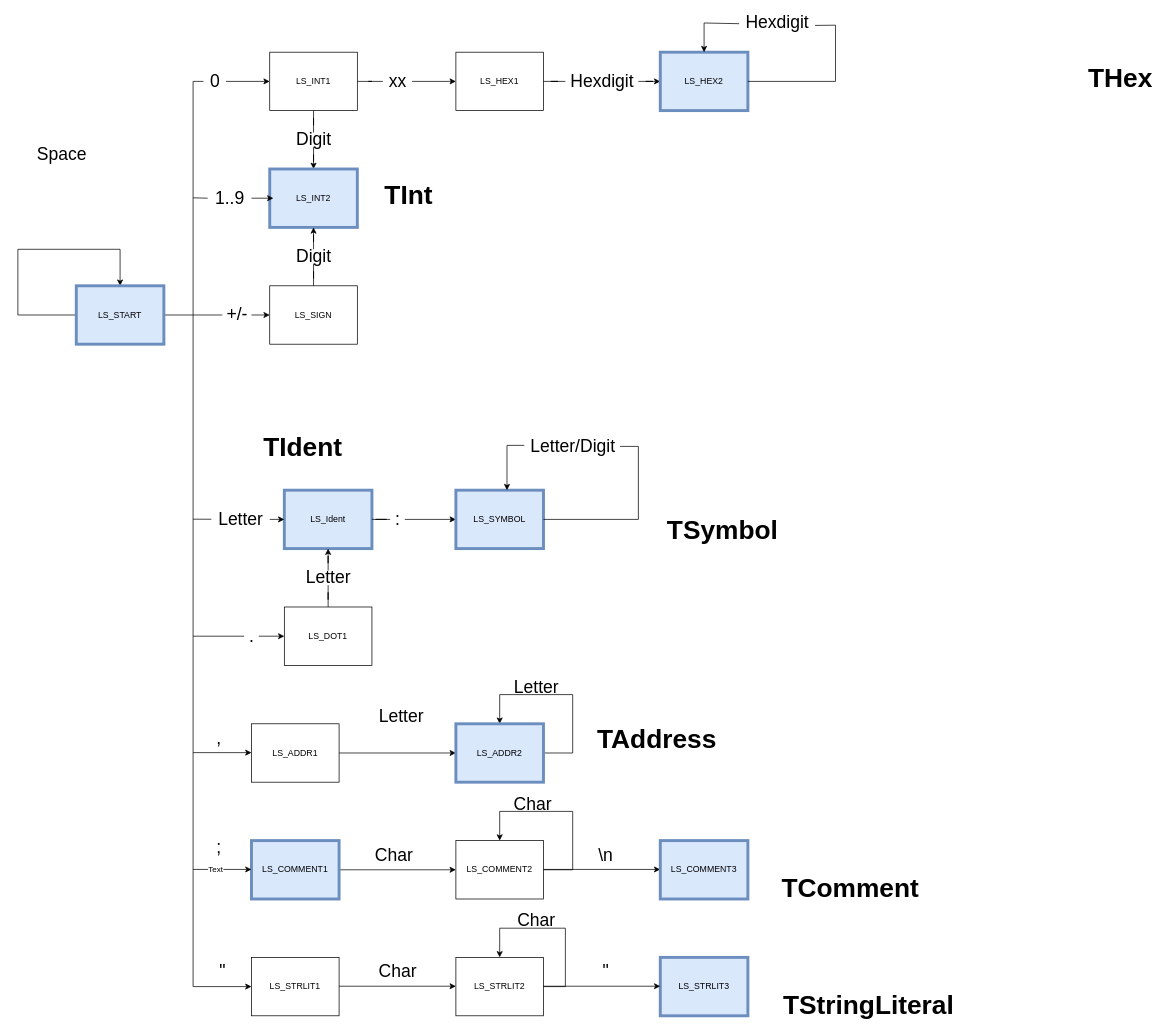
This is docs/diagrams/Tokenizer.drawio from zackthomas1/Pep9Assembler, a draw.io file, before an edit. Source tidied: cells renumbered, new cells numbered last; positions are measured from the earlier drawing's top-left corner, leaving out a move shared by most shapes. Both pictures are drawn from the tidied source at 73%, with x=0, y=0 at pixel (18, 15).
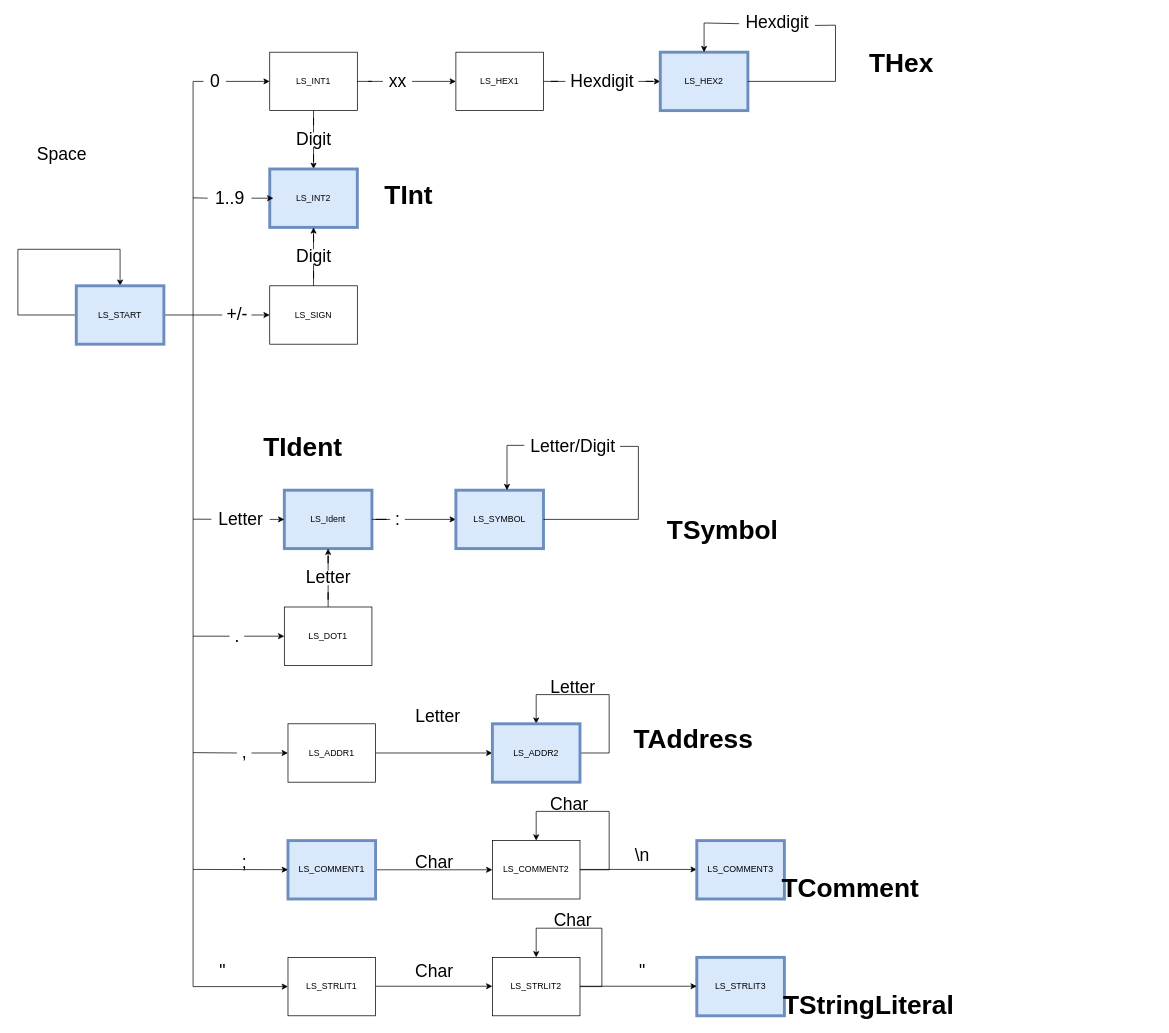
The same page after the edit.

Diff of the diagram source:
```diff
@@
     <mxCell id="14" value="LS_ADDR1" style="rounded=0;whiteSpace=wrap;html=1;" parent="1" vertex="1">
-      <mxGeometry x="320" y="970" width="120" height="80" as="geometry" />
+      <mxGeometry x="370" y="970" width="120" height="80" as="geometry" />
     </mxCell>
@@
     <mxCell id="21" style="edgeStyle=orthogonalEdgeStyle;rounded=0;jettySize=auto;html=1;exitX=1;exitY=0.5;exitDx=0;exitDy=0;" parent="1" edge="1" source="22">
       <mxGeometry relative="1" as="geometry">
-        <mxPoint x="660" y="970" as="targetPoint" />
+        <mxPoint x="710" y="970" as="targetPoint" />
         <Array as="points">
-          <mxPoint x="760" y="1010" />
-          <mxPoint x="760" y="930" />
-          <mxPoint x="660" y="930" />
+          <mxPoint x="810" y="1010" />
+          <mxPoint x="810" y="930" />
+          <mxPoint x="710" y="930" />
         </Array>
       </mxGeometry>
     </mxCell>
     <mxCell id="22" value="LS_ADDR2" style="rounded=0;whiteSpace=wrap;html=1;strokeWidth=4;fillColor=#dae8fc;strokeColor=#6c8ebf;" parent="1" vertex="1">
-      <mxGeometry x="600" y="970" width="120" height="80" as="geometry" />
+      <mxGeometry x="650" y="970" width="120" height="80" as="geometry" />
     </mxCell>
@@
     <mxCell id="24" value="&lt;font style=&quot;font-size: 24px&quot;&gt;Letter&lt;/font&gt;" style="text;html=1;align=center;verticalAlign=middle;fillColor=none;strokeColor=none;rounded=0;" parent="1" vertex="1">
-      <mxGeometry x="485" y="950" width="80" height="20" as="geometry" />
+      <mxGeometry x="535" y="950" width="80" height="20" as="geometry" />
     </mxCell>
     <mxCell id="25" value="&lt;font style=&quot;font-size: 24px&quot;&gt;Letter&lt;/font&gt;" style="text;html=1;align=center;verticalAlign=middle;fillColor=none;strokeColor=none;rounded=0;" parent="1" vertex="1">
-      <mxGeometry x="670" y="910" width="80" height="20" as="geometry" />
+      <mxGeometry x="720" y="910" width="80" height="20" as="geometry" />
     </mxCell>
-    <mxCell id="26" value="&lt;font style=&quot;font-size: 24px&quot;&gt;,&lt;/font&gt;" style="text;html=1;align=center;verticalAlign=middle;points=[];fillColor=none;strokeColor=none;rounded=0;" parent="1" vertex="1">
-      <mxGeometry x="265" y="980" width="20" height="20" as="geometry" />
-    </mxCell>
@@
     <mxCell id="29" value="LS_COMMENT1" style="rounded=0;whiteSpace=wrap;html=1;strokeWidth=4;fillColor=#dae8fc;strokeColor=#6c8ebf;" parent="1" vertex="1">
-      <mxGeometry x="320" y="1130" width="120" height="80" as="geometry" />
+      <mxGeometry x="370" y="1130" width="120" height="80" as="geometry" />
     </mxCell>
     <mxCell id="30" style="edgeStyle=orthogonalEdgeStyle;rounded=0;jettySize=auto;html=1;exitX=1;exitY=0.5;exitDx=0;exitDy=0;" parent="1" edge="1" source="31">
       <mxGeometry relative="1" as="geometry">
-        <mxPoint x="660" y="1130" as="targetPoint" />
+        <mxPoint x="710" y="1130" as="targetPoint" />
         <Array as="points">
-          <mxPoint x="760" y="1170" />
-          <mxPoint x="760" y="1090" />
-          <mxPoint x="660" y="1090" />
+          <mxPoint x="810" y="1170" />
+          <mxPoint x="810" y="1090" />
+          <mxPoint x="710" y="1090" />
         </Array>
       </mxGeometry>
     </mxCell>
     <mxCell id="31" value="LS_COMMENT2" style="rounded=0;whiteSpace=wrap;html=1;strokeWidth=1;" parent="1" vertex="1">
-      <mxGeometry x="600" y="1130" width="120" height="80" as="geometry" />
+      <mxGeometry x="650" y="1130" width="120" height="80" as="geometry" />
     </mxCell>
@@
     <mxCell id="33" value="&lt;font style=&quot;font-size: 24px&quot;&gt;;&lt;/font&gt;" style="text;html=1;align=center;verticalAlign=middle;fillColor=none;strokeColor=none;rounded=0;" parent="1" vertex="1">
-      <mxGeometry x="265" y="1130" width="20" height="20" as="geometry" />
+      <mxGeometry x="300" y="1150" width="20" height="20" as="geometry" />
     </mxCell>
     <mxCell id="34" value="&lt;span style=&quot;font-size: 24px&quot;&gt;Char&lt;/span&gt;" style="text;html=1;align=center;verticalAlign=middle;fillColor=none;strokeColor=none;rounded=0;" parent="1" vertex="1">
-      <mxGeometry x="480" y="1140" width="70" height="20" as="geometry" />
+      <mxGeometry x="535" y="1150" width="70" height="20" as="geometry" />
     </mxCell>
     <mxCell id="35" value="&lt;span style=&quot;font-size: 24px&quot;&gt;Char&lt;/span&gt;" style="text;html=1;align=center;verticalAlign=middle;fillColor=none;strokeColor=none;rounded=0;" parent="1" vertex="1">
-      <mxGeometry x="670" y="1070" width="70" height="20" as="geometry" />
+      <mxGeometry x="720" y="1070" width="70" height="20" as="geometry" />
     </mxCell>
     <mxCell id="36" value="LS_STRLIT1" style="rounded=0;whiteSpace=wrap;html=1;" parent="1" vertex="1">
-      <mxGeometry x="320" y="1290" width="120" height="80" as="geometry" />
+      <mxGeometry x="370" y="1290" width="120" height="80" as="geometry" />
     </mxCell>
@@
-    <mxCell id="38" style="endArrow=classic;html=1;entryX=0;entryY=0.5;entryDx=0;entryDy=0;" parent="1" edge="1">
-      <mxGeometry relative="1" as="geometry">
-        <mxPoint x="240" y="1009.5" as="sourcePoint" />
-        <mxPoint x="320" y="1009.5" as="targetPoint" />
-      </mxGeometry>
+    <mxCell id="38" style="endArrow=classic;html=1;entryX=0;entryY=0.5;entryDx=0;entryDy=0;startArrow=none;" parent="1" edge="1" source="26" target="14">
+      <mxGeometry relative="1" as="geometry" />
     </mxCell>
@@
-    <mxCell id="42" style="endArrow=classic;html=1;entryX=0;entryY=0.5;entryDx=0;entryDy=0;" parent="1" edge="1">
+    <mxCell id="42" style="endArrow=classic;html=1;" parent="1" edge="1" target="29">
       <mxGeometry relative="1" as="geometry">
         <mxPoint x="240" y="1169.5" as="sourcePoint" />
-        <mxPoint x="320" y="1169.5" as="targetPoint" />
       </mxGeometry>
     </mxCell>
-    <mxCell id="43" value="Text" style="edgeLabel;html=1;align=center;verticalAlign=middle;" parent="42" vertex="1">
-      <mxGeometry x="-0.25" y="1" relative="1" as="geometry">
-        <mxPoint y="1" as="offset" />
-      </mxGeometry>
-    </mxCell>
     <mxCell id="44" value="LS_STRLIT2" style="rounded=0;whiteSpace=wrap;html=1;" parent="1" vertex="1">
-      <mxGeometry x="600" y="1290" width="120" height="80" as="geometry" />
+      <mxGeometry x="650" y="1290" width="120" height="80" as="geometry" />
     </mxCell>
     <mxCell id="45" value="LS_STRLIT3" style="rounded=0;whiteSpace=wrap;html=1;strokeWidth=4;fillColor=#dae8fc;strokeColor=#6c8ebf;" parent="1" vertex="1">
-      <mxGeometry x="880" y="1290" width="120" height="80" as="geometry" />
+      <mxGeometry x="930" y="1290" width="120" height="80" as="geometry" />
     </mxCell>
     <mxCell id="46" style="edgeStyle=orthogonalEdgeStyle;rounded=0;orthogonalLoop=1;jettySize=auto;html=1;exitX=1;exitY=0.5;exitDx=0;exitDy=0;" parent="1" edge="1">
       <mxGeometry relative="1" as="geometry">
-        <mxPoint x="440" y="1329.5" as="sourcePoint" />
-        <mxPoint x="600" y="1329.5" as="targetPoint" />
+        <mxPoint x="490" y="1329.5" as="sourcePoint" />
+        <mxPoint x="650" y="1329.5" as="targetPoint" />
       </mxGeometry>
     </mxCell>
     <mxCell id="47" style="edgeStyle=orthogonalEdgeStyle;rounded=0;orthogonalLoop=1;jettySize=auto;html=1;exitX=1;exitY=0.5;exitDx=0;exitDy=0;" parent="1" edge="1">
       <mxGeometry relative="1" as="geometry">
-        <mxPoint x="720" y="1329.5" as="sourcePoint" />
-        <mxPoint x="880" y="1329.5" as="targetPoint" />
+        <mxPoint x="770" y="1329.5" as="sourcePoint" />
+        <mxPoint x="930" y="1329.5" as="targetPoint" />
       </mxGeometry>
     </mxCell>
     <mxCell id="48" style="edgeStyle=orthogonalEdgeStyle;rounded=0;orthogonalLoop=1;jettySize=auto;html=1;exitX=1;exitY=0.5;exitDx=0;exitDy=0;" parent="1" edge="1">
       <mxGeometry relative="1" as="geometry">
-        <mxPoint x="720" y="1330" as="sourcePoint" />
-        <mxPoint x="660" y="1290" as="targetPoint" />
+        <mxPoint x="770" y="1330" as="sourcePoint" />
+        <mxPoint x="710" y="1290" as="targetPoint" />
         <Array as="points">
-          <mxPoint x="750" y="1330" />
-          <mxPoint x="750" y="1250" />
-          <mxPoint x="660" y="1250" />
+          <mxPoint x="800" y="1330" />
+          <mxPoint x="800" y="1250" />
+          <mxPoint x="710" y="1250" />
         </Array>
       </mxGeometry>
     </mxCell>
     <mxCell id="49" value="&lt;span style=&quot;font-size: 24px&quot;&gt;Char&lt;/span&gt;" style="text;html=1;align=center;verticalAlign=middle;fillColor=none;strokeColor=none;rounded=0;" parent="1" vertex="1">
-      <mxGeometry x="675" y="1230" width="70" height="20" as="geometry" />
+      <mxGeometry x="725" y="1230" width="70" height="20" as="geometry" />
     </mxCell>
     <mxCell id="50" style="edgeStyle=orthogonalEdgeStyle;rounded=0;orthogonalLoop=1;jettySize=auto;html=1;exitX=1;exitY=0.5;exitDx=0;exitDy=0;" parent="1" edge="1">
       <mxGeometry relative="1" as="geometry">
-        <mxPoint x="720" y="1169.5" as="sourcePoint" />
-        <mxPoint x="880" y="1169.5" as="targetPoint" />
+        <mxPoint x="770" y="1169.5" as="sourcePoint" />
+        <mxPoint x="930" y="1169.5" as="targetPoint" />
       </mxGeometry>
     </mxCell>
     <mxCell id="51" value="LS_COMMENT3" style="rounded=0;whiteSpace=wrap;html=1;strokeWidth=4;fillColor=#dae8fc;strokeColor=#6c8ebf;" parent="1" vertex="1">
-      <mxGeometry x="880" y="1130" width="120" height="80" as="geometry" />
+      <mxGeometry x="930" y="1130" width="120" height="80" as="geometry" />
     </mxCell>
@@
     <mxCell id="53" value="&lt;span style=&quot;font-size: 24px&quot;&gt;Char&lt;/span&gt;" style="text;html=1;align=center;verticalAlign=middle;fillColor=none;strokeColor=none;rounded=0;" parent="1" vertex="1">
-      <mxGeometry x="485" y="1300" width="70" height="20" as="geometry" />
+      <mxGeometry x="535" y="1300" width="70" height="20" as="geometry" />
     </mxCell>
     <mxCell id="54" value="&lt;span style=&quot;font-size: 24px&quot;&gt;&quot;&lt;/span&gt;" style="text;html=1;align=center;verticalAlign=middle;fillColor=none;strokeColor=none;rounded=0;" parent="1" vertex="1">
-      <mxGeometry x="795" y="1300" width="20" height="20" as="geometry" />
+      <mxGeometry x="845" y="1300" width="20" height="20" as="geometry" />
     </mxCell>
     <mxCell id="55" value="&lt;span style=&quot;font-size: 24px&quot;&gt;\n&lt;/span&gt;" style="text;html=1;align=center;verticalAlign=middle;fillColor=none;strokeColor=none;rounded=0;" parent="1" vertex="1">
-      <mxGeometry x="785" y="1140" width="40" height="20" as="geometry" />
+      <mxGeometry x="835" y="1140" width="40" height="20" as="geometry" />
     </mxCell>
     <mxCell id="56" value="&lt;font style=&quot;font-size: 36px&quot;&gt;&lt;b&gt;THex&lt;/b&gt;&lt;/font&gt;" style="text;html=1;align=center;verticalAlign=middle;strokeColor=none;" parent="1" vertex="1">
-      <mxGeometry x="1460" y="70" width="100" height="30" as="geometry" />
+      <mxGeometry x="1160" y="50" width="100" height="30" as="geometry" />
     </mxCell>
@@
     <mxCell id="59" value="&lt;font style=&quot;font-size: 36px&quot;&gt;&lt;b&gt;TAddress&lt;/b&gt;&lt;/font&gt;" style="text;html=1;align=center;verticalAlign=middle;strokeColor=none;" parent="1" vertex="1">
-      <mxGeometry x="785" y="975" width="180" height="30" as="geometry" />
+      <mxGeometry x="835" y="975" width="180" height="30" as="geometry" />
     </mxCell>
@@
     <mxCell id="86" value="&lt;font style=&quot;font-size: 24px&quot;&gt;.&lt;/font&gt;" style="text;html=1;align=center;verticalAlign=middle;points=[];fillColor=none;strokeColor=none;rounded=0;" parent="1" vertex="1">
-      <mxGeometry x="310" y="840" width="20" height="20" as="geometry" />
+      <mxGeometry x="290" y="840" width="20" height="20" as="geometry" />
     </mxCell>
@@
+    <mxCell id="26" value="&lt;font style=&quot;font-size: 24px&quot;&gt;,&lt;/font&gt;" style="text;html=1;align=center;verticalAlign=middle;points=[];fillColor=none;strokeColor=none;rounded=0;" parent="1" vertex="1">
+      <mxGeometry x="300" y="1000" width="20" height="20" as="geometry" />
+    </mxCell>
+    <mxCell id="90" style="endArrow=none;html=1;entryX=0;entryY=0.5;entryDx=0;entryDy=0;" parent="1" edge="1" target="26">
+      <mxGeometry relative="1" as="geometry">
+        <mxPoint x="240" y="1009.5" as="sourcePoint" />
+      </mxGeometry>
+    </mxCell>
```
